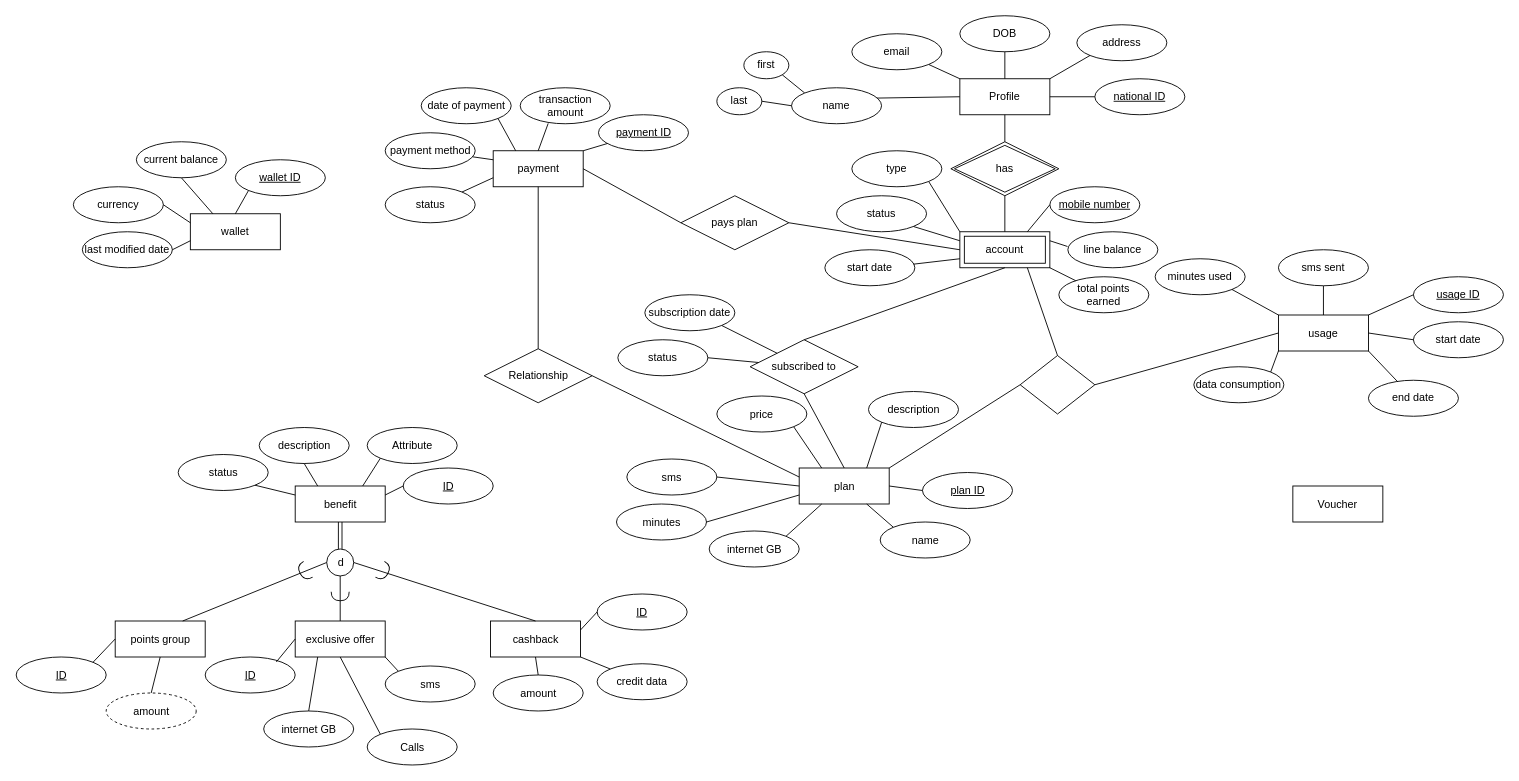
The draw.io diagram Milestone1_EERD.drawio in rogereliass/Telecom-Customer-Data-Management-System, before the edit. Source tidied: cells renumbered, new cells numbered last; positions are measured from the earlier drawing's top-left corner, leaving out a move shared by most shapes. Both pictures are drawn from the tidied source at 90%, with x=0, y=0 at pixel (16, 15).
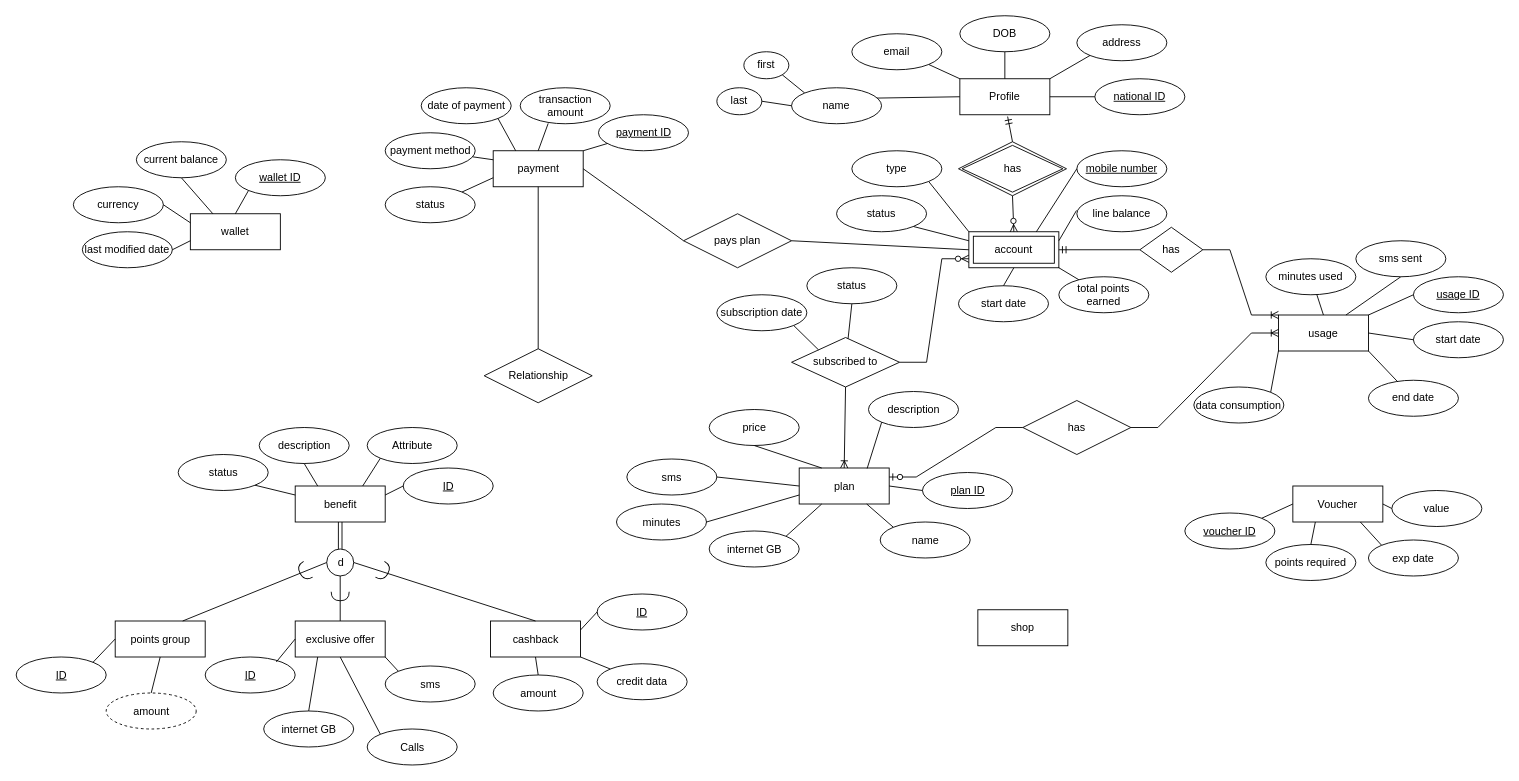
The same diagram, later.

The change refers to these unchanged cells:
```xml
<mxCell id="2" value="Profile" style="whiteSpace=wrap;html=1;align=center;direction=west;labelBackgroundColor=none;" parent="1" vertex="1">
  <mxGeometry x="1048" y="70" width="100" height="40" as="geometry" />
</mxCell>
<mxCell id="17" value="plan" style="whiteSpace=wrap;html=1;align=center;" parent="1" vertex="1">
  <mxGeometry x="869.5" y="502.5" width="100" height="40" as="geometry" />
</mxCell>
<mxCell id="20" value="description" style="ellipse;whiteSpace=wrap;html=1;align=center;" parent="1" vertex="1">
  <mxGeometry x="946.5" y="417.5" width="100" height="40" as="geometry" />
</mxCell>
<mxCell id="27" value="usage" style="whiteSpace=wrap;html=1;align=center;" parent="1" vertex="1">
  <mxGeometry x="1402" y="332.5" width="100" height="40" as="geometry" />
</mxCell>
<mxCell id="44" value="Relationship" style="shape=rhombus;perimeter=rhombusPerimeter;whiteSpace=wrap;html=1;align=center;" parent="1" vertex="1">
  <mxGeometry x="519.5" y="370" width="120" height="60" as="geometry" />
</mxCell>
<mxCell id="137" value="Voucher" style="whiteSpace=wrap;html=1;align=center;" parent="1" vertex="1">
  <mxGeometry x="1418" y="522.5" width="100" height="40" as="geometry" />
</mxCell>
```

What changed in the source:
```diff
@@
     <mxCell id="9" value="has" style="shape=rhombus;double=1;perimeter=rhombusPerimeter;whiteSpace=wrap;html=1;align=center;labelBackgroundColor=none;" parent="1" vertex="1">
-      <mxGeometry x="1038" y="140" width="120" height="60" as="geometry" />
+      <mxGeometry x="1046.5" y="140" width="120" height="60" as="geometry" />
     </mxCell>
     <mxCell id="10" value="account" style="shape=ext;margin=3;double=1;whiteSpace=wrap;html=1;align=center;labelBackgroundColor=none;" parent="1" vertex="1">
-      <mxGeometry x="1048" y="240" width="100" height="40" as="geometry" />
+      <mxGeometry x="1058" y="240" width="100" height="40" as="geometry" />
     </mxCell>
     <mxCell id="11" value="mobile number" style="ellipse;whiteSpace=wrap;html=1;align=center;fontStyle=4;labelBackgroundColor=none;" parent="1" vertex="1">
-      <mxGeometry x="1148" y="190" width="100" height="40" as="geometry" />
+      <mxGeometry x="1178" y="150" width="100" height="40" as="geometry" />
     </mxCell>
@@
     <mxCell id="13" value="line balance" style="ellipse;whiteSpace=wrap;html=1;align=center;labelBackgroundColor=none;" parent="1" vertex="1">
-      <mxGeometry x="1168" y="240" width="100" height="40" as="geometry" />
+      <mxGeometry x="1178" y="200" width="100" height="40" as="geometry" />
     </mxCell>
@@
     <mxCell id="15" value="start date" style="ellipse;whiteSpace=wrap;html=1;align=center;labelBackgroundColor=none;" parent="1" vertex="1">
-      <mxGeometry x="898" y="260" width="100" height="40" as="geometry" />
+      <mxGeometry x="1046.5" y="300" width="100" height="40" as="geometry" />
     </mxCell>
     <mxCell id="16" value="subscribed to" style="shape=rhombus;perimeter=rhombusPerimeter;whiteSpace=wrap;html=1;align=center;" parent="1" vertex="1">
-      <mxGeometry x="815" y="360" width="120" height="60" as="geometry" />
+      <mxGeometry x="861" y="357.5" width="120" height="55" as="geometry" />
     </mxCell>
@@
     <mxCell id="18" value="subscription date" style="ellipse;whiteSpace=wrap;html=1;align=center;" parent="1" vertex="1">
-      <mxGeometry x="698" y="310" width="100" height="40" as="geometry" />
+      <mxGeometry x="778" y="310" width="100" height="40" as="geometry" />
     </mxCell>
     <mxCell id="19" value="status" style="ellipse;whiteSpace=wrap;html=1;align=center;" parent="1" vertex="1">
-      <mxGeometry x="668" y="360" width="100" height="40" as="geometry" />
+      <mxGeometry x="878" y="280" width="100" height="40" as="geometry" />
     </mxCell>
@@
     <mxCell id="23" value="price" style="ellipse;whiteSpace=wrap;html=1;align=center;" parent="1" vertex="1">
-      <mxGeometry x="778" y="422.5" width="100" height="40" as="geometry" />
+      <mxGeometry x="769.5" y="437.5" width="100" height="40" as="geometry" />
     </mxCell>
@@
     <mxCell id="29" value="data consumption" style="ellipse;whiteSpace=wrap;html=1;align=center;" parent="1" vertex="1">
-      <mxGeometry x="1308" y="390" width="100" height="40" as="geometry" />
+      <mxGeometry x="1308" y="412.5" width="100" height="40" as="geometry" />
     </mxCell>
     <mxCell id="30" value="minutes used" style="ellipse;whiteSpace=wrap;html=1;align=center;" parent="1" vertex="1">
-      <mxGeometry x="1265" y="270" width="100" height="40" as="geometry" />
+      <mxGeometry x="1388" y="270" width="100" height="40" as="geometry" />
     </mxCell>
@@
-    <mxCell id="33" style="shape=rhombus;perimeter=rhombusPerimeter;whiteSpace=wrap;html=1;align=center;" parent="1" vertex="1">
-      <mxGeometry x="1115" y="377.5" width="83" height="65" as="geometry" />
-    </mxCell>
-    <mxCell id="34" style="endArrow=none;html=1;rounded=0;exitX=1;exitY=0;exitDx=0;exitDy=0;entryX=0;entryY=0.5;entryDx=0;entryDy=0;" parent="1" edge="1" source="17" target="33">
-      <mxGeometry relative="1" as="geometry" />
-    </mxCell>
-    <mxCell id="35" style="endArrow=none;html=1;rounded=0;entryX=0.5;entryY=0;entryDx=0;entryDy=0;exitX=0.75;exitY=1;exitDx=0;exitDy=0;" parent="1" edge="1" source="10" target="33">
-      <mxGeometry relative="1" as="geometry" />
-    </mxCell>
-    <mxCell id="36" style="endArrow=none;html=1;rounded=0;entryX=0.5;entryY=1;entryDx=0;entryDy=0;exitX=0.5;exitY=0;exitDx=0;exitDy=0;" parent="1" edge="1" source="16" target="10">
-      <mxGeometry relative="1" as="geometry" />
-    </mxCell>
-    <mxCell id="37" style="endArrow=none;html=1;rounded=0;exitX=0.5;exitY=0;exitDx=0;exitDy=0;entryX=0.5;entryY=0;entryDx=0;entryDy=0;" parent="1" edge="1" source="2" target="9">
-      <mxGeometry relative="1" as="geometry" />
-    </mxCell>
-    <mxCell id="38" style="endArrow=none;html=1;rounded=0;exitX=0.5;exitY=1;exitDx=0;exitDy=0;entryX=0.5;entryY=0;entryDx=0;entryDy=0;" parent="1" edge="1" source="9" target="10">
-      <mxGeometry relative="1" as="geometry" />
-    </mxCell>
@@
     <mxCell id="40" value="pays plan" style="shape=rhombus;perimeter=rhombusPerimeter;whiteSpace=wrap;html=1;align=center;" parent="1" vertex="1">
-      <mxGeometry x="738" y="200" width="120" height="60" as="geometry" />
+      <mxGeometry x="741" y="220" width="120" height="60" as="geometry" />
     </mxCell>
@@
-    <mxCell id="46" style="endArrow=none;html=1;rounded=0;exitX=1;exitY=0.5;exitDx=0;exitDy=0;entryX=0;entryY=0.25;entryDx=0;entryDy=0;" parent="1" edge="1" source="44" target="17">
-      <mxGeometry relative="1" as="geometry" />
-    </mxCell>
@@
-    <mxCell id="69" style="endArrow=none;html=1;rounded=0;entryX=0;entryY=0.75;entryDx=0;entryDy=0;exitX=0.983;exitY=0.401;exitDx=0;exitDy=0;exitPerimeter=0;" parent="1" edge="1" source="15" target="10">
+    <mxCell id="69" style="endArrow=none;html=1;rounded=0;exitX=0.5;exitY=0;exitDx=0;exitDy=0;entryX=0.5;entryY=1;entryDx=0;entryDy=0;" parent="1" edge="1" source="15" target="10">
       <mxGeometry relative="1" as="geometry" />
     </mxCell>
@@
-    <mxCell id="76" style="endArrow=none;html=1;rounded=0;entryX=0;entryY=0;entryDx=0;entryDy=0;exitX=1;exitY=1;exitDx=0;exitDy=0;" parent="1" edge="1" source="30" target="27">
+    <mxCell id="76" style="endArrow=none;html=1;rounded=0;entryX=0.5;entryY=0;entryDx=0;entryDy=0;" parent="1" edge="1" source="30" target="27">
       <mxGeometry relative="1" as="geometry" />
     </mxCell>
-    <mxCell id="77" style="endArrow=none;html=1;rounded=0;entryX=0.5;entryY=0;entryDx=0;entryDy=0;exitX=0.5;exitY=1;exitDx=0;exitDy=0;" parent="1" edge="1" source="134" target="27">
+    <mxCell id="77" style="endArrow=none;html=1;rounded=0;entryX=0.75;entryY=0;entryDx=0;entryDy=0;exitX=0.5;exitY=1;exitDx=0;exitDy=0;" parent="1" edge="1" source="134" target="27">
       <mxGeometry relative="1" as="geometry" />
     </mxCell>
-    <mxCell id="78" style="endArrow=none;html=1;rounded=0;entryX=0;entryY=1;entryDx=0;entryDy=0;exitX=0.75;exitY=0;exitDx=0;exitDy=0;" parent="1" edge="1" source="17" target="20">
-      <mxGeometry relative="1" as="geometry" />
+    <mxCell id="78" style="endArrow=none;html=1;rounded=0;entryX=0;entryY=1;entryDx=0;entryDy=0;" parent="1" edge="1" target="20">
+      <mxGeometry relative="1" as="geometry">
+        <mxPoint x="945" y="503" as="sourcePoint" />
+      </mxGeometry>
     </mxCell>
@@
-    <mxCell id="81" style="endArrow=none;html=1;rounded=0;exitX=1;exitY=1;exitDx=0;exitDy=0;entryX=0.25;entryY=0;entryDx=0;entryDy=0;" parent="1" edge="1" source="23" target="17">
+    <mxCell id="81" style="endArrow=none;html=1;rounded=0;exitX=0.5;exitY=1;exitDx=0;exitDy=0;entryX=0.25;entryY=0;entryDx=0;entryDy=0;" parent="1" edge="1" source="23" target="17">
       <mxGeometry relative="1" as="geometry" />
     </mxCell>
@@
-    <mxCell id="84" style="endArrow=none;html=1;rounded=0;entryX=0.5;entryY=1;entryDx=0;entryDy=0;exitX=0.5;exitY=0;exitDx=0;exitDy=0;" parent="1" edge="1" source="17" target="16">
-      <mxGeometry relative="1" as="geometry" />
-    </mxCell>
-    <mxCell id="85" style="endArrow=none;html=1;rounded=0;entryX=1;entryY=0.5;entryDx=0;entryDy=0;" parent="1" edge="1" source="16" target="19">
+    <mxCell id="85" style="endArrow=none;html=1;rounded=0;entryX=0.5;entryY=1;entryDx=0;entryDy=0;" parent="1" edge="1" source="16" target="19">
       <mxGeometry relative="1" as="geometry" />
     </mxCell>
@@
     <mxCell id="134" value="sms sent" style="ellipse;whiteSpace=wrap;html=1;align=center;" parent="1" vertex="1">
-      <mxGeometry x="1402" y="260" width="100" height="40" as="geometry" />
+      <mxGeometry x="1488" y="250" width="100" height="40" as="geometry" />
     </mxCell>
-    <mxCell id="135" style="endArrow=none;html=1;rounded=0;entryX=0;entryY=0.5;entryDx=0;entryDy=0;exitX=1;exitY=0.5;exitDx=0;exitDy=0;" parent="1" edge="1" source="33" target="27">
-      <mxGeometry relative="1" as="geometry" />
-    </mxCell>
@@
+    <mxCell id="141" value="exp date" style="ellipse;whiteSpace=wrap;html=1;align=center;" parent="1" vertex="1">
+      <mxGeometry x="1502" y="582.5" width="100" height="40" as="geometry" />
+    </mxCell>
+    <mxCell id="142" value="points required" style="ellipse;whiteSpace=wrap;html=1;align=center;" parent="1" vertex="1">
+      <mxGeometry x="1388" y="587.5" width="100" height="40" as="geometry" />
+    </mxCell>
+    <mxCell id="143" value="value" style="ellipse;whiteSpace=wrap;html=1;align=center;" parent="1" vertex="1">
+      <mxGeometry x="1528" y="527.5" width="100" height="40" as="geometry" />
+    </mxCell>
+    <mxCell id="144" style="endArrow=none;html=1;rounded=0;entryX=1;entryY=0.5;entryDx=0;entryDy=0;exitX=0;exitY=0.5;exitDx=0;exitDy=0;" parent="1" edge="1" source="143" target="137">
+      <mxGeometry relative="1" as="geometry" />
+    </mxCell>
+    <mxCell id="145" style="endArrow=none;html=1;rounded=0;entryX=0.25;entryY=1;entryDx=0;entryDy=0;exitX=0.5;exitY=0;exitDx=0;exitDy=0;" parent="1" edge="1" source="142" target="137">
+      <mxGeometry relative="1" as="geometry" />
+    </mxCell>
+    <mxCell id="146" style="endArrow=none;html=1;rounded=0;entryX=0.75;entryY=1;entryDx=0;entryDy=0;exitX=0;exitY=0;exitDx=0;exitDy=0;" parent="1" edge="1" source="141" target="137">
+      <mxGeometry relative="1" as="geometry" />
+    </mxCell>
+    <mxCell id="147" value="voucher ID" style="ellipse;whiteSpace=wrap;html=1;align=center;fontStyle=4;" parent="1" vertex="1">
+      <mxGeometry x="1298" y="552.5" width="100" height="40" as="geometry" />
+    </mxCell>
+    <mxCell id="148" style="endArrow=none;html=1;rounded=0;entryX=1;entryY=0;entryDx=0;entryDy=0;exitX=0;exitY=0.5;exitDx=0;exitDy=0;" parent="1" edge="1" source="137" target="147">
+      <mxGeometry relative="1" as="geometry" />
+    </mxCell>
+    <mxCell id="149" value="has" style="shape=rhombus;perimeter=rhombusPerimeter;whiteSpace=wrap;html=1;align=center;" parent="1" vertex="1">
+      <mxGeometry x="1118" y="427.5" width="120" height="60" as="geometry" />
+    </mxCell>
+    <mxCell id="150" style="edgeStyle=entityRelationEdgeStyle;fontSize=12;html=1;endArrow=ERoneToMany;rounded=0;exitX=1;exitY=0.5;exitDx=0;exitDy=0;entryX=0;entryY=0.5;entryDx=0;entryDy=0;" parent="1" edge="1" source="149" target="27">
+      <mxGeometry relative="1" as="geometry" />
+    </mxCell>
+    <mxCell id="151" style="edgeStyle=entityRelationEdgeStyle;fontSize=12;html=1;endArrow=ERzeroToOne;endFill=1;rounded=0;entryX=1;entryY=0.25;entryDx=0;entryDy=0;exitX=0;exitY=0.5;exitDx=0;exitDy=0;" parent="1" edge="1" source="149" target="17">
+      <mxGeometry relative="1" as="geometry" />
+    </mxCell>
+    <mxCell id="36" style="edgeStyle=entityRelationEdgeStyle;fontSize=12;html=1;endArrow=ERzeroToMany;endFill=1;rounded=0;entryX=0;entryY=0.75;entryDx=0;entryDy=0;" parent="1" edge="1" source="16" target="10">
+      <mxGeometry relative="1" as="geometry" />
+    </mxCell>
+    <mxCell id="152" style="fontSize=12;html=1;endArrow=ERoneToMany;rounded=0;entryX=0.5;entryY=0;entryDx=0;entryDy=0;exitX=0.5;exitY=1;exitDx=0;exitDy=0;" parent="1" edge="1" source="16" target="17">
+      <mxGeometry relative="1" as="geometry" />
+    </mxCell>
+    <mxCell id="153" style="fontSize=12;html=1;endArrow=ERmandOne;rounded=0;entryX=0.469;entryY=-0.05;entryDx=0;entryDy=0;entryPerimeter=0;exitX=0.5;exitY=0;exitDx=0;exitDy=0;" parent="1" edge="1" source="9" target="2">
+      <mxGeometry relative="1" as="geometry" />
+    </mxCell>
+    <mxCell id="38" style="fontSize=12;html=1;endArrow=ERzeroToMany;endFill=1;rounded=0;entryX=0.5;entryY=0;entryDx=0;entryDy=0;exitX=0.5;exitY=1;exitDx=0;exitDy=0;" parent="1" edge="1" source="9" target="10">
+      <mxGeometry relative="1" as="geometry" />
+    </mxCell>
+    <mxCell id="154" value="shop" style="whiteSpace=wrap;html=1;align=center;" parent="1" vertex="1">
+      <mxGeometry x="1068" y="660" width="100" height="40" as="geometry" />
+    </mxCell>
+    <mxCell id="155" value="has" style="shape=rhombus;perimeter=rhombusPerimeter;whiteSpace=wrap;html=1;align=center;" parent="1" vertex="1">
+      <mxGeometry x="1248" y="235" width="70" height="50" as="geometry" />
+    </mxCell>
+    <mxCell id="156" style="fontSize=12;html=1;endArrow=ERmandOne;rounded=0;entryX=1;entryY=0.5;entryDx=0;entryDy=0;exitX=0;exitY=0.5;exitDx=0;exitDy=0;" parent="1" edge="1" source="155" target="10">
+      <mxGeometry relative="1" as="geometry" />
+    </mxCell>
+    <mxCell id="157" style="edgeStyle=entityRelationEdgeStyle;fontSize=12;html=1;endArrow=ERoneToMany;rounded=0;entryX=0;entryY=0;entryDx=0;entryDy=0;exitX=1;exitY=0.5;exitDx=0;exitDy=0;" parent="1" edge="1" source="155" target="27">
+      <mxGeometry relative="1" as="geometry" />
+    </mxCell>
```
